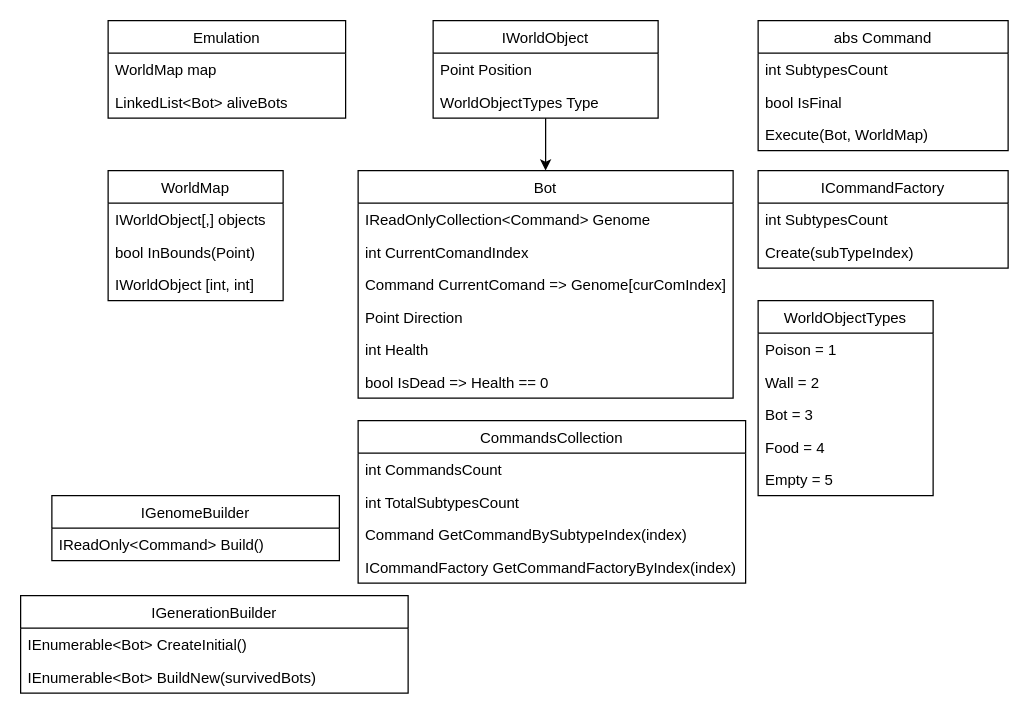
Before: Docs/app-schema.drawio in Kamikoto-sama/HelloEvolution, a draw.io diagram. Source tidied: cells renumbered, new cells numbered last; positions are measured from the earlier drawing's top-left corner, leaving out a move shared by most shapes. Both pictures are drawn from the tidied source at 125%, with x=0, y=0 at pixel (20, 20).
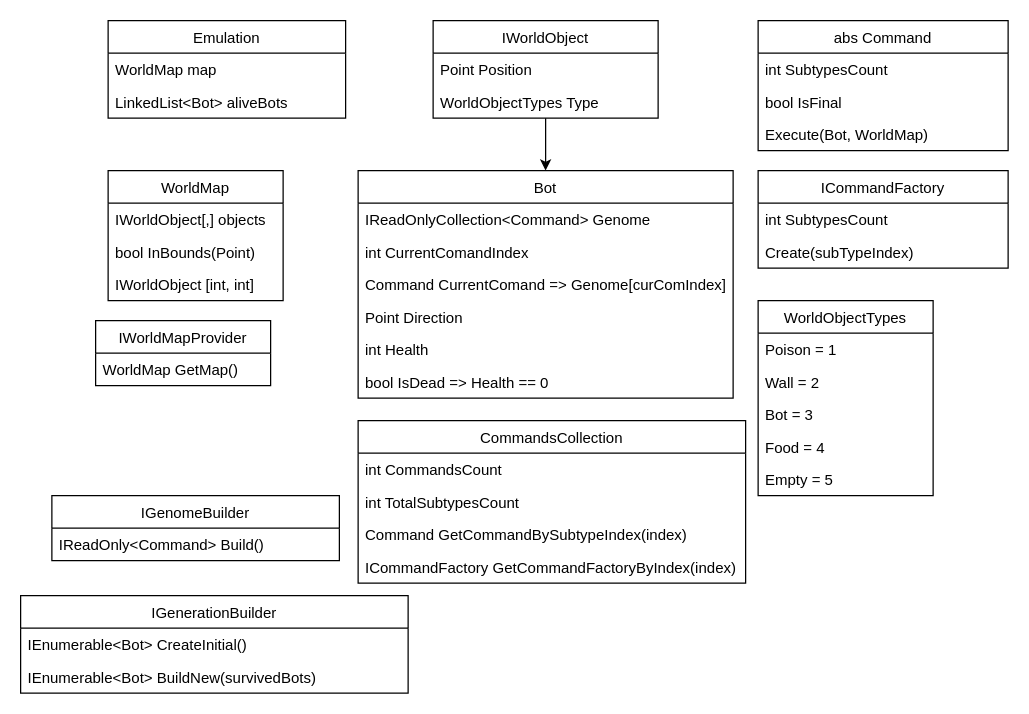
After the change.

Commit message:
app-schema

The edit, as a diff of the source:
```diff
@@
+    <mxCell id="43" value="IWorldMapProvider" style="swimlane;fontStyle=0;horizontal=1;startSize=26;fillColor=none;" parent="1" vertex="1">
+      <mxGeometry x="60" y="240" width="140" height="52" as="geometry" />
+    </mxCell>
+    <mxCell id="44" value="WorldMap GetMap()" style="text;strokeColor=none;fillColor=none;align=left;verticalAlign=top;spacingLeft=4;spacingRight=4;overflow=hidden;" parent="43" vertex="1">
+      <mxGeometry y="26" width="140" height="26" as="geometry" />
+    </mxCell>
```
